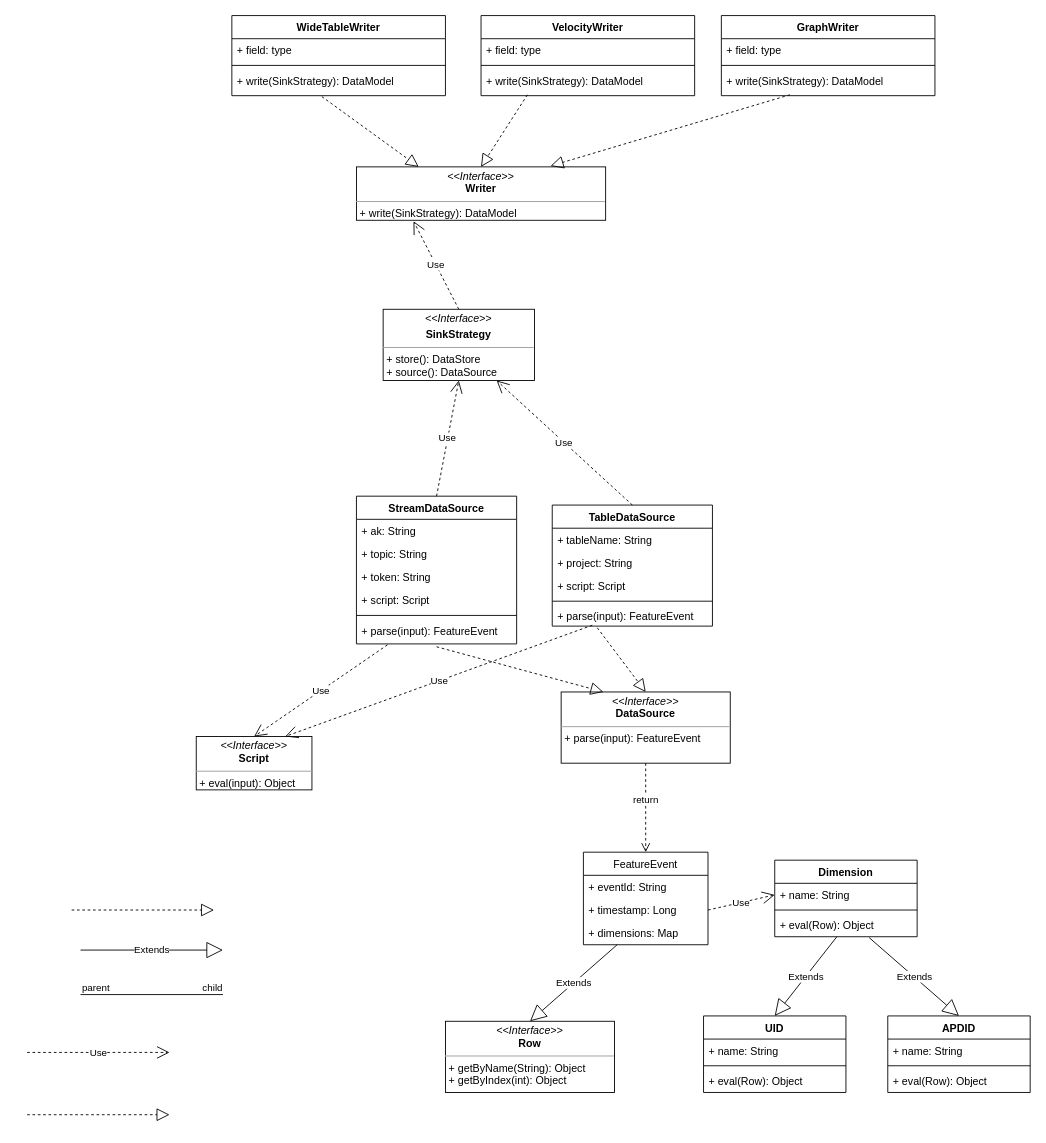
Before: ws_feature_struct.drawio in learn2Pro/draw_io_save, a draw.io diagram. Source tidied: cells renumbered, new cells numbered last; positions are measured from the earlier drawing's top-left corner, leaving out a move shared by most shapes. Both pictures are drawn from the tidied source at 89%, with x=0, y=0 at pixel (27, 15).
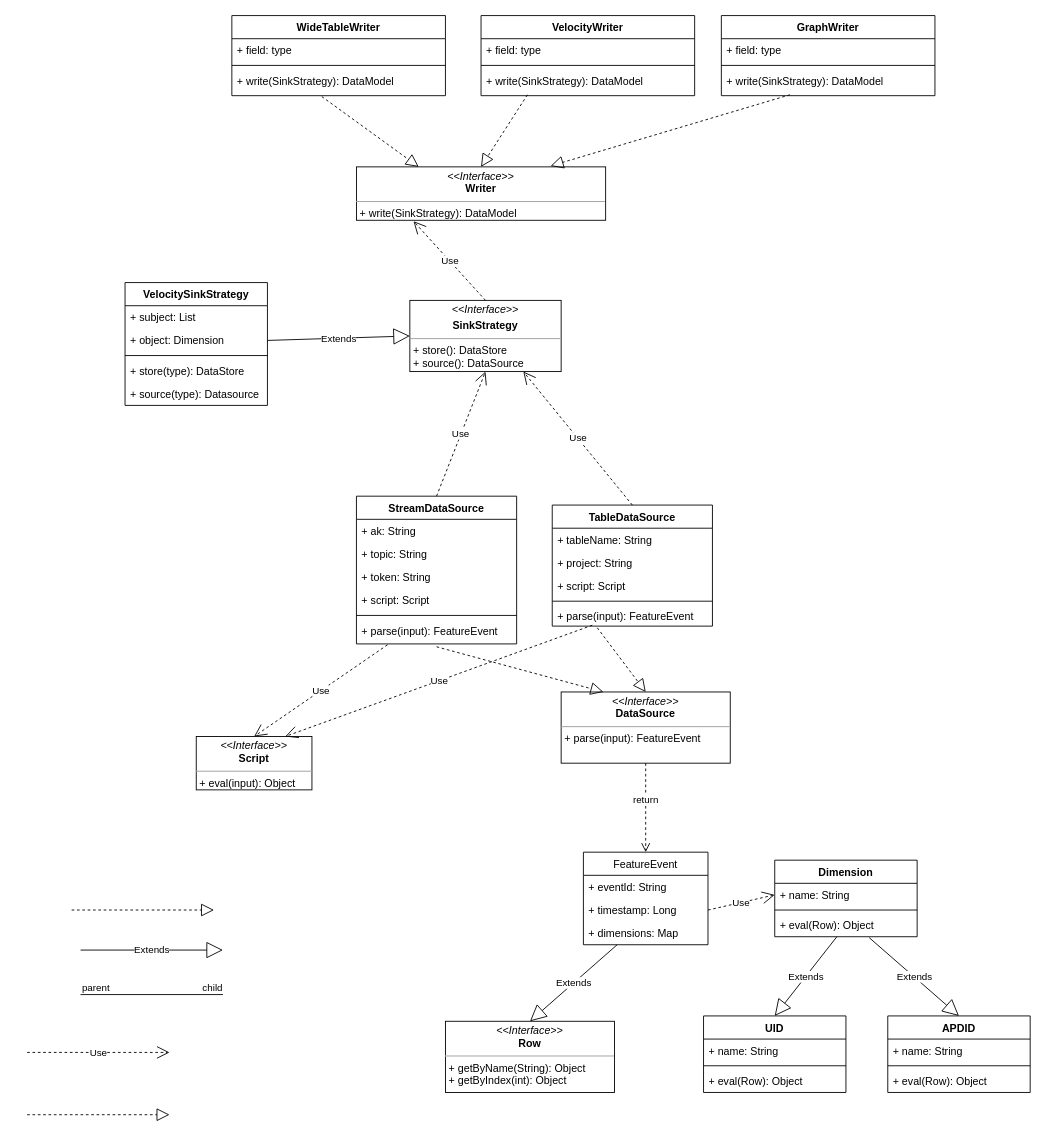
The same diagram, later.

The edit, as a diff of the source:
```diff
@@
     <mxCell id="54" value="&lt;p style=&quot;margin: 0px ; margin-top: 4px ; text-align: center&quot;&gt;&lt;i&gt;&amp;lt;&amp;lt;Interface&amp;gt;&amp;gt;&lt;/i&gt;&lt;/p&gt;&lt;p style=&quot;margin: 0px ; margin-top: 4px ; text-align: center&quot;&gt;&lt;b&gt;SinkStrategy&lt;/b&gt;&lt;/p&gt;&lt;hr size=&quot;1&quot;&gt;&lt;p style=&quot;margin: 0px ; margin-left: 4px&quot;&gt;+ store(): DataStore&lt;/p&gt;&lt;p style=&quot;margin: 0px ; margin-left: 4px&quot;&gt;+ source(): DataSource&lt;/p&gt;" style="verticalAlign=top;align=left;overflow=fill;fontSize=12;fontFamily=Helvetica;html=1;" parent="1" vertex="1">
-      <mxGeometry x="400" y="330" width="170" height="80" as="geometry" />
+      <mxGeometry x="430" y="320" width="170" height="80" as="geometry" />
     </mxCell>
@@
+    <mxCell id="70" value="VelocitySinkStrategy" style="swimlane;fontStyle=1;align=center;verticalAlign=top;horizontal=1;startSize=26;" parent="1" vertex="1">
+      <mxGeometry x="110" y="300" width="160" height="138" as="geometry" />
+    </mxCell>
+    <mxCell id="71" value="+ subject: List&#10;" style="text;strokeColor=none;fillColor=none;align=left;verticalAlign=top;spacingLeft=4;spacingRight=4;overflow=hidden;" parent="70" vertex="1">
+      <mxGeometry y="26" width="160" height="26" as="geometry" />
+    </mxCell>
+    <mxCell id="72" value="+ object: Dimension&#10;" style="text;strokeColor=none;fillColor=none;align=left;verticalAlign=top;spacingLeft=4;spacingRight=4;overflow=hidden;points=[[0,0.5],[1,0.5]];portConstraint=eastwest;" parent="70" vertex="1">
+      <mxGeometry y="52" width="160" height="26" as="geometry" />
+    </mxCell>
+    <mxCell id="73" style="line;strokeWidth=1;fillColor=none;align=left;verticalAlign=middle;spacingTop=-1;spacingLeft=3;spacingRight=3;labelPosition=right;" parent="70" vertex="1">
+      <mxGeometry y="78" width="160" height="8" as="geometry" />
+    </mxCell>
+    <mxCell id="74" value="+ store(type): DataStore" style="text;strokeColor=none;fillColor=none;align=left;verticalAlign=top;spacingLeft=4;spacingRight=4;overflow=hidden;" parent="70" vertex="1">
+      <mxGeometry y="86" width="160" height="26" as="geometry" />
+    </mxCell>
+    <mxCell id="75" value="+ source(type): Datasource" style="text;strokeColor=none;fillColor=none;align=left;verticalAlign=top;spacingLeft=4;spacingRight=4;overflow=hidden;" parent="70" vertex="1">
+      <mxGeometry y="112" width="160" height="26" as="geometry" />
+    </mxCell>
+    <mxCell id="76" value="Extends" style="endArrow=block;endSize=16;endFill=0;html=1;exitX=1;exitY=0.5;exitDx=0;exitDy=0;entryX=0;entryY=0.5;entryDx=0;entryDy=0;" parent="1" edge="1" source="72" target="54">
+      <mxGeometry relative="1" as="geometry" />
+    </mxCell>
```
